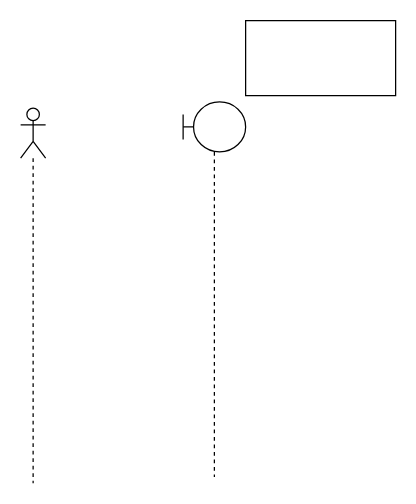
Mayjors/xmind keeps this draw.io diagram as draw/1.drawio. Above is the earlier version. Source tidied: cells renumbered, new cells numbered last; positions are measured from the earlier drawing's top-left corner, leaving out a move shared by most shapes. Both pictures are drawn from the tidied source at 125%, with x=0, y=0 at pixel (20, 20).
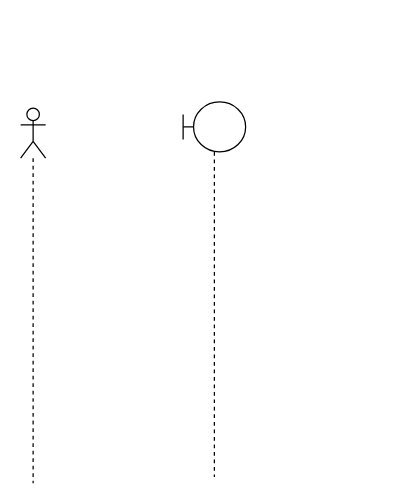
After the change.

Diff of the diagram source:
```diff
@@
 <mxGraphModel>
   <root>
     <mxCell id="0" />
     <mxCell id="1" parent="0" />
-    <mxCell id="2" style="rounded=0;whiteSpace=wrap;html=1;hachureGap=4;" parent="1" vertex="1">
-      <mxGeometry x="180" width="120" height="60" as="geometry" />
-    </mxCell>
     <mxCell id="3" style="shape=umlLifeline;participant=umlActor;perimeter=lifelinePerimeter;whiteSpace=wrap;html=1;verticalAlign=top;spacingTop=36;hachureGap=4;" parent="1" vertex="1">
       <mxGeometry y="70" width="20" height="300" as="geometry" />
     </mxCell>
     <mxCell id="4" style="shape=umlLifeline;participant=umlBoundary;perimeter=lifelinePerimeter;whiteSpace=wrap;html=1;verticalAlign=top;spacingTop=36;hachureGap=4;" parent="1" vertex="1">
       <mxGeometry x="130" y="65" width="50" height="300" as="geometry" />
     </mxCell>
   </root>
 </mxGraphModel>
```
